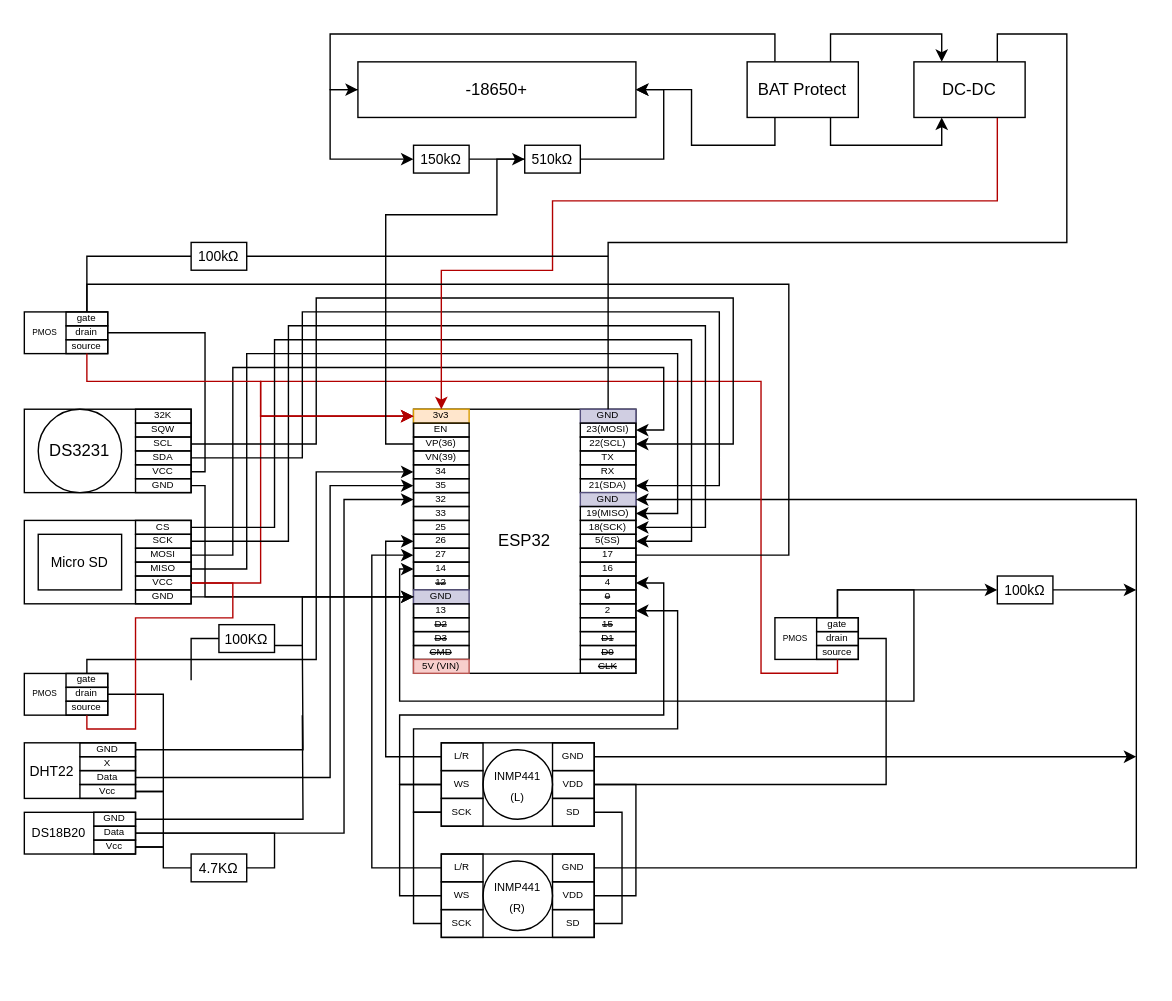
Tora0615/WildlifeObservationDevice keeps this draw.io diagram as v0.1.0_wiring diagram.drawio. Above is the earlier version. Source tidied: cells renumbered, new cells numbered last; positions are measured from the earlier drawing's top-left corner, leaving out a move shared by most shapes. Both pictures are drawn from the tidied source at 139%, with x=0, y=0 at pixel (24, 33).
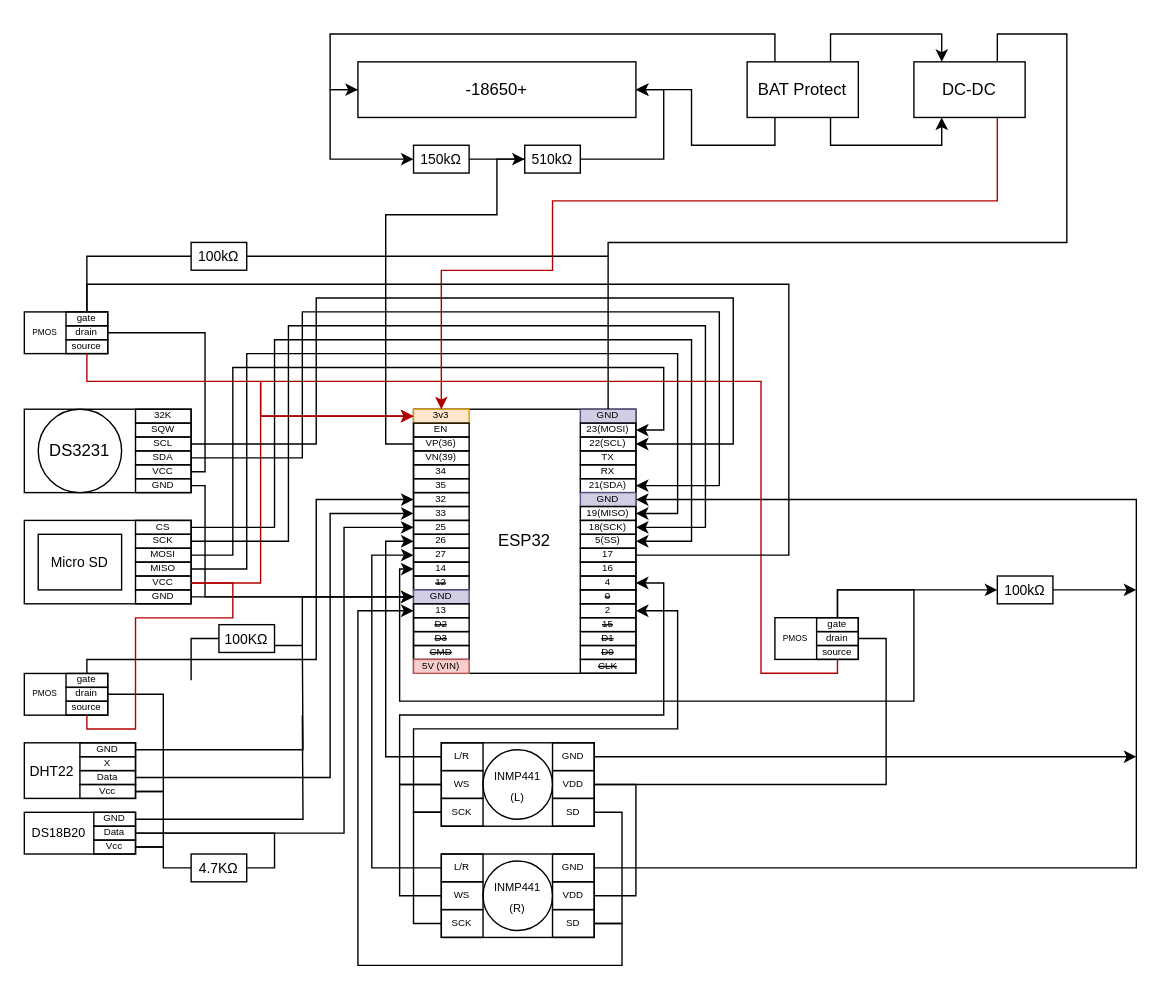
The same page after the edit.

Commit message:
doc : update wiring diagram

The change refers to these unchanged cells:
```xml
<mxCell id="49" value="35" style="text;html=1;strokeColor=none;fillColor=none;align=center;verticalAlign=middle;whiteSpace=wrap;rounded=0;fontSize=7;horizontal=1;" parent="43" vertex="1">
  <mxGeometry y="50" width="40" height="10" as="geometry" />
</mxCell>
<mxCell id="50" value="32" style="text;html=1;strokeColor=none;fillColor=none;align=center;verticalAlign=middle;whiteSpace=wrap;rounded=0;fontSize=7;horizontal=1;" parent="43" vertex="1">
  <mxGeometry y="60" width="40" height="10" as="geometry" />
</mxCell>
<mxCell id="51" value="33" style="text;html=1;strokeColor=none;fillColor=none;align=center;verticalAlign=middle;whiteSpace=wrap;rounded=0;fontSize=7;horizontal=1;" parent="43" vertex="1">
  <mxGeometry y="70" width="40" height="10" as="geometry" />
</mxCell>
<mxCell id="52" value="25" style="text;html=1;strokeColor=none;fillColor=none;align=center;verticalAlign=middle;whiteSpace=wrap;rounded=0;fontSize=7;horizontal=1;" parent="43" vertex="1">
  <mxGeometry y="80" width="40" height="10" as="geometry" />
</mxCell>
<mxCell id="58" value="13" style="text;html=1;strokeColor=none;fillColor=none;align=center;verticalAlign=middle;whiteSpace=wrap;rounded=0;fontSize=7;horizontal=1;" parent="43" vertex="1">
  <mxGeometry y="140" width="40" height="10" as="geometry" />
</mxCell>
<mxCell id="145" style="rounded=0;whiteSpace=wrap;html=1;fillColor=none;" parent="132" vertex="1">
  <mxGeometry x="80" y="40" width="30" height="20" as="geometry" />
</mxCell>
<mxCell id="203" style="rounded=0;whiteSpace=wrap;html=1;fillColor=none;" parent="196" vertex="1">
  <mxGeometry width="60" height="30" as="geometry" />
</mxCell>
<mxCell id="225" value="Data" style="text;html=1;strokeColor=none;fillColor=none;align=center;verticalAlign=middle;whiteSpace=wrap;rounded=0;fontSize=7;horizontal=1;" parent="219" vertex="1">
  <mxGeometry x="50" y="10" width="30" height="10" as="geometry" />
</mxCell>
<mxCell id="237" value="Data" style="text;html=1;strokeColor=none;fillColor=none;align=center;verticalAlign=middle;whiteSpace=wrap;rounded=0;fontSize=7;horizontal=1;" parent="229" vertex="1">
  <mxGeometry x="40" y="20" width="40" height="10" as="geometry" />
</mxCell>
```

Change to the diagram source:
```diff
@@
-    <mxCell id="241" style="edgeStyle=orthogonalEdgeStyle;rounded=0;jettySize=auto;html=1;exitX=0.75;exitY=0;exitDx=0;exitDy=0;" parent="1" edge="1" source="203">
+    <mxCell id="241" style="edgeStyle=orthogonalEdgeStyle;rounded=0;jettySize=auto;html=1;exitX=0.75;exitY=0;exitDx=0;exitDy=0;entryX=0;entryY=0.5;entryDx=0;entryDy=0;" parent="1" edge="1" source="203" target="50">
       <mxGeometry relative="1" as="geometry">
-        <mxPoint x="280" y="315" as="targetPoint" />
         <Array as="points">
           <mxPoint x="45" y="450" />
           <mxPoint x="210" y="450" />
-          <mxPoint x="210" y="315" />
-          <mxPoint x="280" y="315" />
+          <mxPoint x="210" y="335" />
         </Array>
       </mxGeometry>
     </mxCell>
-    <mxCell id="242" style="edgeStyle=orthogonalEdgeStyle;rounded=0;jettySize=auto;html=1;exitX=1;exitY=0.5;exitDx=0;exitDy=0;entryX=0;entryY=0.5;entryDx=0;entryDy=0;" parent="1" edge="1" source="237" target="49">
+    <mxCell id="242" style="edgeStyle=orthogonalEdgeStyle;rounded=0;jettySize=auto;html=1;exitX=1;exitY=0.5;exitDx=0;exitDy=0;entryX=0;entryY=0.5;entryDx=0;entryDy=0;" parent="1" edge="1" source="237" target="51">
       <mxGeometry relative="1" as="geometry">
         <Array as="points">
-          <mxPoint x="220" y="534.9" />
-          <mxPoint x="220" y="324.9" />
+          <mxPoint x="220" y="535" />
+          <mxPoint x="220" y="345" />
         </Array>
       </mxGeometry>
     </mxCell>
-    <mxCell id="243" style="edgeStyle=orthogonalEdgeStyle;rounded=0;jettySize=auto;html=1;exitX=1;exitY=0.5;exitDx=0;exitDy=0;entryX=0;entryY=0.5;entryDx=0;entryDy=0;" parent="1" edge="1" source="225" target="50">
+    <mxCell id="243" style="edgeStyle=orthogonalEdgeStyle;rounded=0;jettySize=auto;html=1;exitX=1;exitY=0.5;exitDx=0;exitDy=0;entryX=0;entryY=0.5;entryDx=0;entryDy=0;" parent="1" edge="1" source="225" target="52">
       <mxGeometry relative="1" as="geometry">
         <Array as="points">
           <mxPoint x="230" y="575" />
-          <mxPoint x="230" y="335" />
+          <mxPoint x="230" y="355" />
         </Array>
       </mxGeometry>
     </mxCell>
@@
+    <mxCell id="254" style="edgeStyle=orthogonalEdgeStyle;rounded=0;jettySize=auto;html=1;entryX=0;entryY=0.5;entryDx=0;entryDy=0;" parent="1" edge="1" source="145" target="58">
+      <mxGeometry relative="1" as="geometry">
+        <Array as="points">
+          <mxPoint x="430" y="640" />
+          <mxPoint x="430" y="670" />
+          <mxPoint x="240" y="670" />
+          <mxPoint x="240" y="415" />
+        </Array>
+      </mxGeometry>
+    </mxCell>
```
